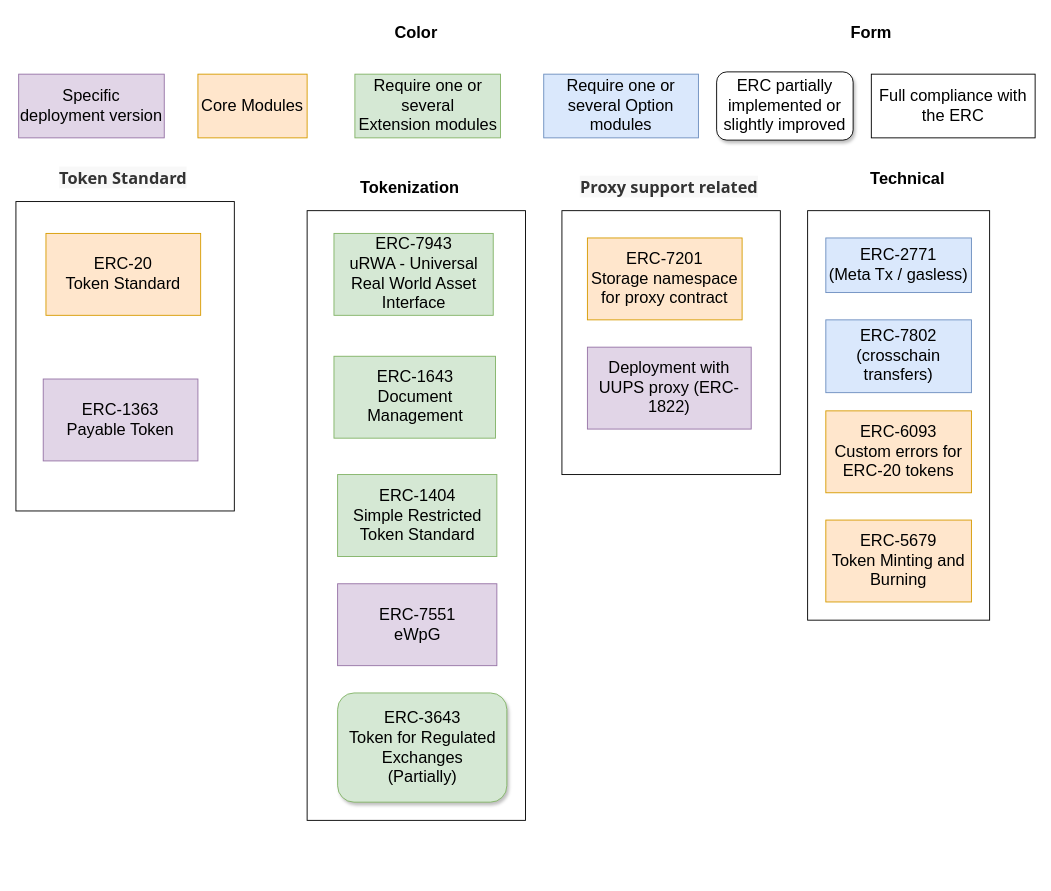
Before: page "ERC" (1 of 6) of doc/schema/drawio/architecture.drawio in CMTA/CMTAT, a draw.io diagram. Source tidied: cells renumbered, new cells numbered last; positions are measured from the earlier drawing's top-left corner, leaving out a move shared by most shapes. Both pictures are drawn from the tidied source at 91%, with x=0, y=0 at pixel (15, 19).
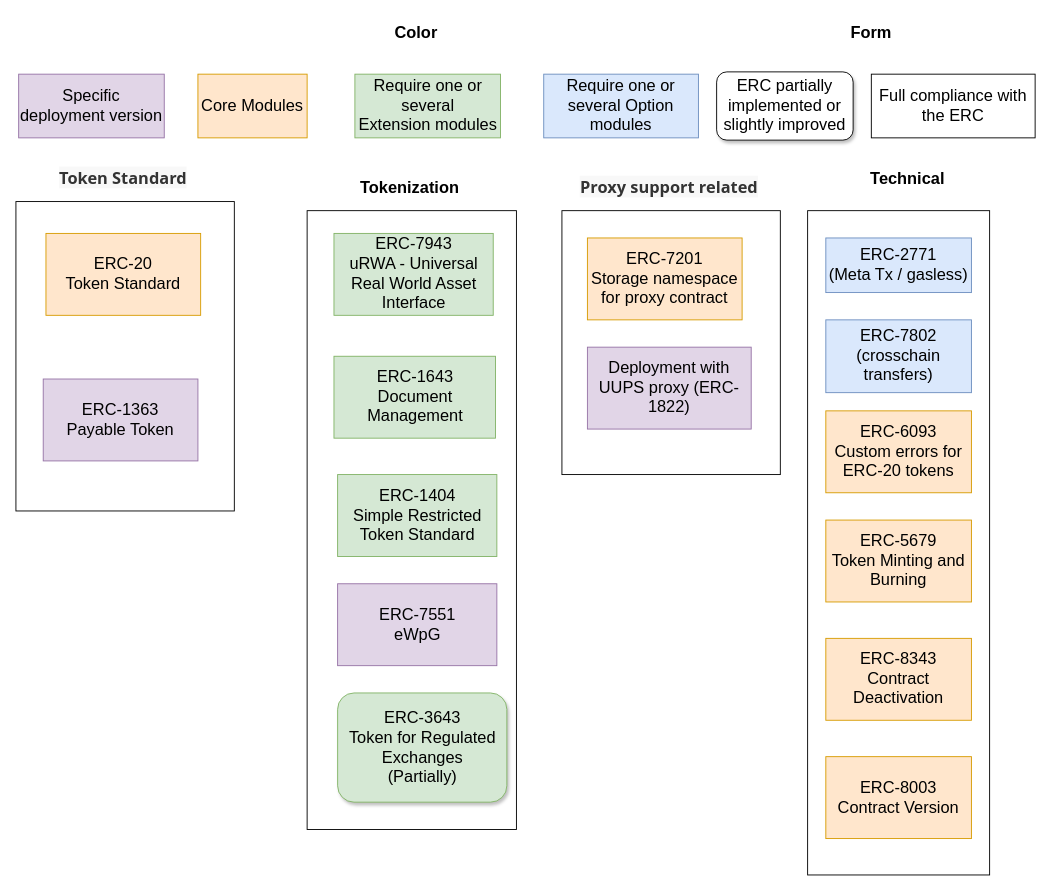
The same diagram, later.

What changed in the source:
```diff
@@
     <mxCell id="2" style="rounded=0;whiteSpace=wrap;html=1;fontSize=18;" parent="1" vertex="1">
-      <mxGeometry x="320" y="210" width="240" height="670" as="geometry" />
+      <mxGeometry x="320" y="210" width="230" height="680" as="geometry" />
     </mxCell>
@@
     <mxCell id="7" style="rounded=0;whiteSpace=wrap;html=1;fontSize=18;" parent="1" vertex="1">
-      <mxGeometry x="870" y="210" width="200" height="450" as="geometry" />
+      <mxGeometry x="870" y="210" width="200" height="730" as="geometry" />
     </mxCell>
@@
+    <mxCell id="31" value="ERC-8343&lt;br&gt;Contract Deactivation" style="rounded=0;whiteSpace=wrap;html=1;fontSize=18;fillColor=#ffe6cc;strokeColor=#d79b00;" parent="1" vertex="1">
+      <mxGeometry x="890" y="680" width="160" height="90" as="geometry" />
+    </mxCell>
+    <mxCell id="32" value="ERC-8003&lt;br&gt;Contract Version" style="rounded=0;whiteSpace=wrap;html=1;fontSize=18;fillColor=#ffe6cc;strokeColor=#d79b00;" parent="1" vertex="1">
+      <mxGeometry x="890" y="810" width="160" height="90" as="geometry" />
+    </mxCell>
```
